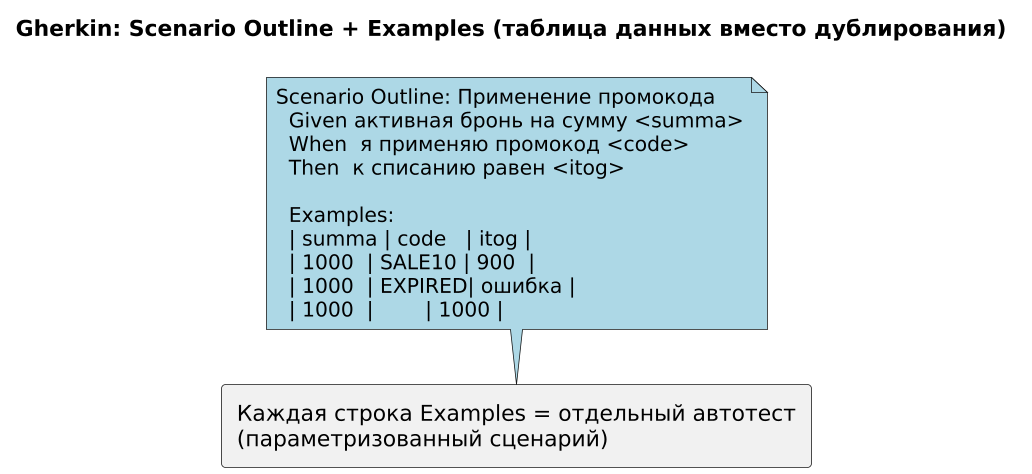
This is images_examples/ex04_gherkin_outline.png from maedodo11/fullstack-system-analyst, a PlantUML export, as it was before one commit. Its source is kept beside it as puml_examples/ex04_gherkin_outline.puml. Source of this version:
```plantuml
@startuml ex04_gherkin_outline
!pragma layout smetana
title Gherkin: Scenario Outline + Examples (таблица данных вместо дублирования)
skinparam defaultFontName "DejaVu Sans"
note as N1 #LightBlue
Scenario Outline: Применение промокода
  Given активная бронь на сумму <summa>
  When  я применяю промокод <code>
  Then  к списанию равен <itog>

  Examples:
  | summa | code   | itog |
  | 1000  | SALE10 | 900  |
  | 1000  | EXPIRED| ошибка |
  | 1000  |        | 1000 |
end note
rectangle "Каждая строка Examples = отдельный автотест\n(параметризованный сценарий)" as N2
N1 -down-> N2
@enduml
```
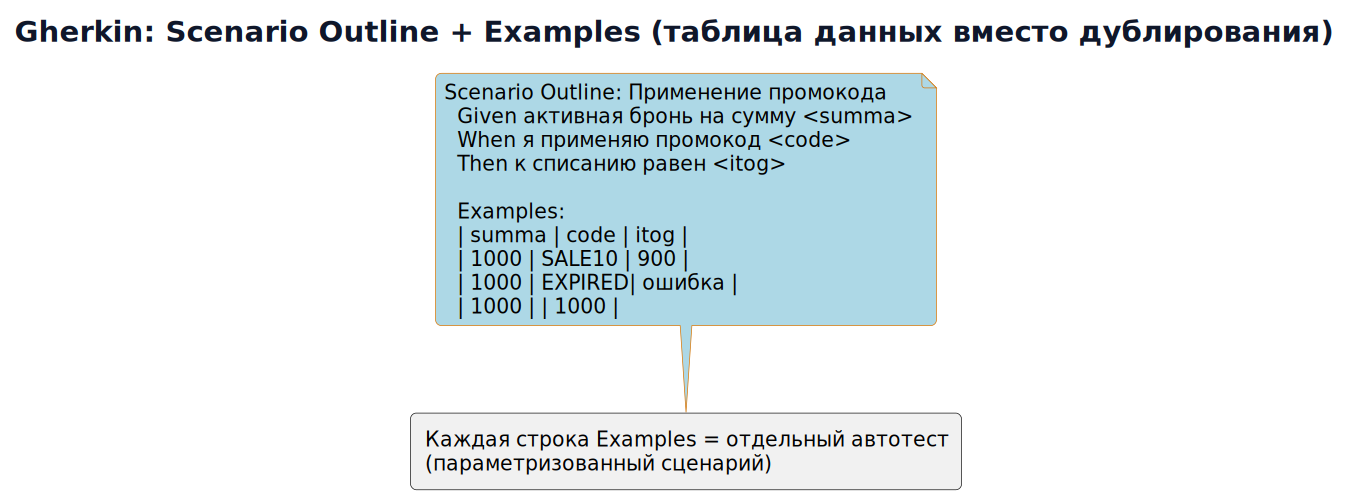
Later version of the same file.

Diff of the diagram source:
```diff
@@ -1,7 +1,16 @@
 @startuml ex04_gherkin_outline
-!pragma layout smetana
+skinparam defaultFontName "DejaVu Sans"
+skinparam defaultFontSize 14
+skinparam backgroundColor #FFFFFF
+skinparam shadowing false
+skinparam roundcorner 8
+skinparam ArrowColor #334155
+skinparam titleFontColor #0F172A
+skinparam titleFontSize 20
+skinparam noteBackgroundColor #FFF7ED
+skinparam noteBorderColor #D97706
+skinparam dpi 140
 title Gherkin: Scenario Outline + Examples (таблица данных вместо дублирования)
-skinparam defaultFontName "DejaVu Sans"
 note as N1 #LightBlue
 Scenario Outline: Применение промокода
   Given активная бронь на сумму <summa>
```
